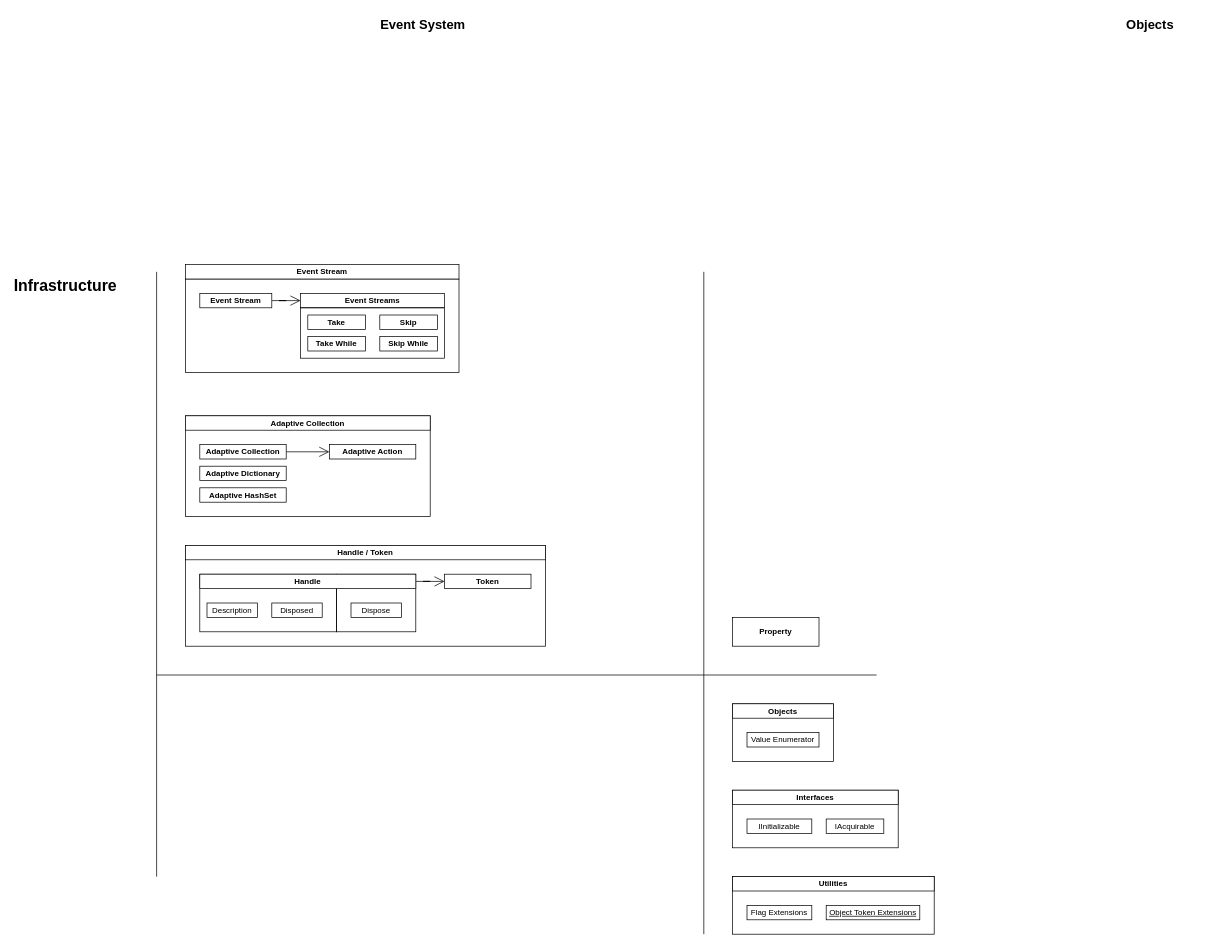
The draw.io diagram page "Core" (2 of 2) of docs/02. UniEngine/UniEngine.drawio in dove-creative/uniengine, before the edit. Source tidied: cells renumbered, new cells numbered last; positions are measured from the earlier drawing's top-left corner, leaving out a move shared by most shapes. Both pictures are drawn from the tidied source at 72%, with x=0, y=0 at pixel (12, 12).
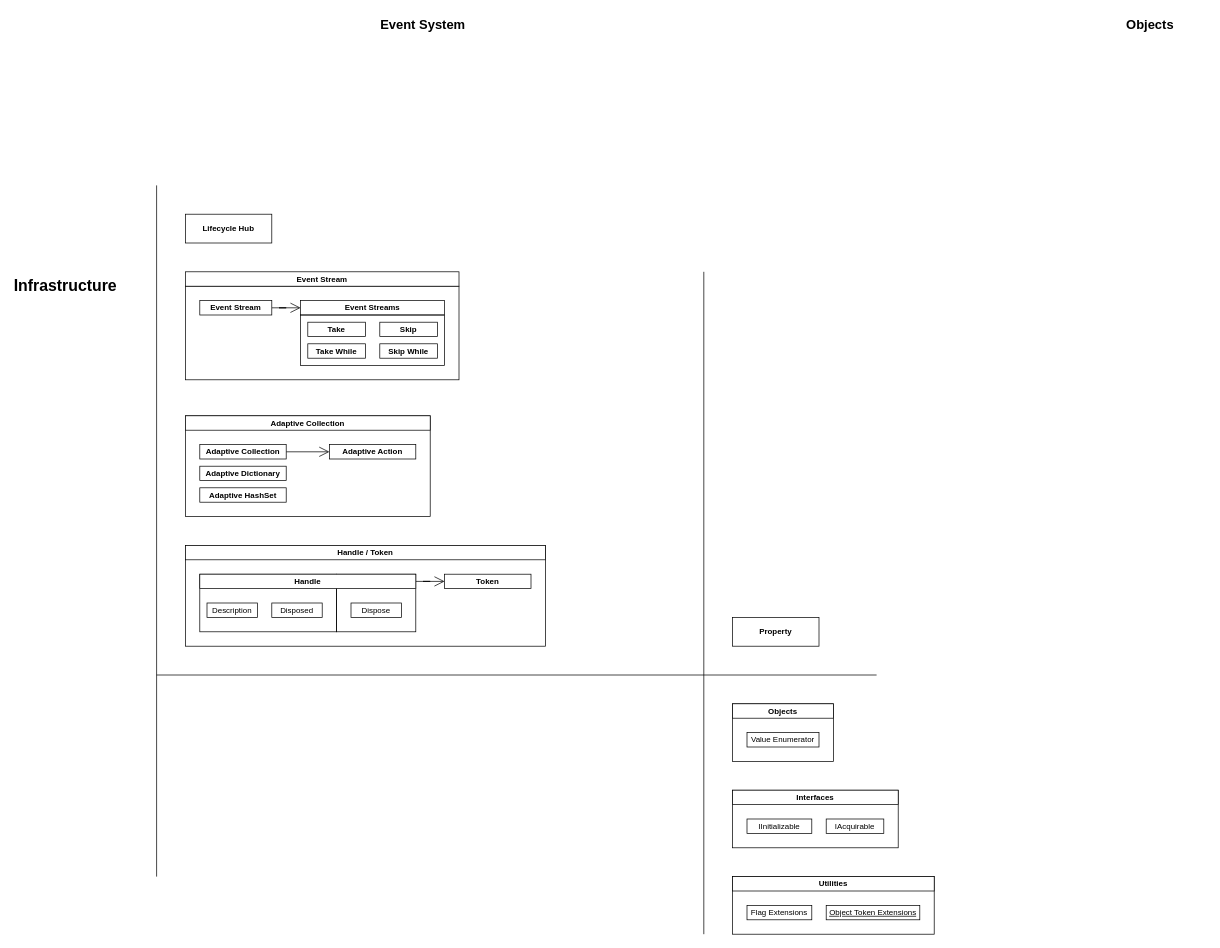
Above is the later version.

Diff of the diagram source:
```diff
@@
     <mxCell id="2" style="rounded=0;whiteSpace=wrap;html=1;fontFamily=Helvetica;fontSize=11;fontColor=default;labelBackgroundColor=default;fillColor=none;" parent="1" vertex="1">
-      <mxGeometry x="240" y="370" width="380" height="130" as="geometry" />
+      <mxGeometry x="240" y="380" width="380" height="130" as="geometry" />
     </mxCell>
@@
     <mxCell id="10" style="endArrow=none;html=1;rounded=0;strokeColor=default;align=center;verticalAlign=middle;fontFamily=Helvetica;fontSize=11;fontColor=default;labelBackgroundColor=default;defaultLabelBackgroundColor=page;startSize=12;endSize=12;" parent="1" edge="1">
       <mxGeometry relative="1" as="geometry">
         <mxPoint x="200" y="1200" as="sourcePoint" />
-        <mxPoint x="200" y="360" as="targetPoint" />
+        <mxPoint x="200" y="240" as="targetPoint" />
       </mxGeometry>
     </mxCell>
@@
     <mxCell id="38" value="&lt;div style=&quot;text-align: right;&quot;&gt;&lt;b&gt;Event Stream&lt;/b&gt;&lt;/div&gt;" style="rounded=0;whiteSpace=wrap;html=1;fontFamily=Helvetica;fontSize=11;fontColor=default;labelBackgroundColor=default;" parent="1" vertex="1">
-      <mxGeometry x="240" y="350" width="380" height="20" as="geometry" />
+      <mxGeometry x="240" y="360" width="380" height="20" as="geometry" />
     </mxCell>
     <mxCell id="39" value="&lt;div style=&quot;text-align: right;&quot;&gt;&lt;b&gt;Event Streams&lt;/b&gt;&lt;/div&gt;" style="rounded=0;whiteSpace=wrap;html=1;fontFamily=Helvetica;fontSize=11;fontColor=default;labelBackgroundColor=default;" parent="1" vertex="1">
-      <mxGeometry x="400" y="390" width="200" height="20" as="geometry" />
+      <mxGeometry x="400" y="400" width="200" height="20" as="geometry" />
     </mxCell>
@@
     <mxCell id="41" value="&lt;div style=&quot;text-align: right;&quot;&gt;&lt;b&gt;Event Stream&lt;/b&gt;&lt;/div&gt;" style="rounded=0;whiteSpace=wrap;html=1;fontFamily=Helvetica;fontSize=11;fontColor=default;labelBackgroundColor=default;" parent="1" vertex="1">
-      <mxGeometry x="260" y="390" width="100" height="20" as="geometry" />
+      <mxGeometry x="260" y="400" width="100" height="20" as="geometry" />
     </mxCell>
     <mxCell id="42" style="rounded=0;whiteSpace=wrap;html=1;fontFamily=Helvetica;fontSize=11;fontColor=default;labelBackgroundColor=default;fillColor=none;" parent="1" vertex="1">
-      <mxGeometry x="400" y="410" width="200" height="70" as="geometry" />
+      <mxGeometry x="400" y="420" width="200" height="70" as="geometry" />
     </mxCell>
     <mxCell id="43" value="&lt;b&gt;Take&lt;/b&gt;" style="rounded=0;whiteSpace=wrap;html=1;fontFamily=Helvetica;fontSize=11;fontColor=default;labelBackgroundColor=default;" parent="1" vertex="1">
-      <mxGeometry x="410" y="420" width="80" height="20" as="geometry" />
+      <mxGeometry x="410" y="430" width="80" height="20" as="geometry" />
     </mxCell>
     <mxCell id="44" value="&lt;b&gt;Take While&lt;/b&gt;" style="rounded=0;whiteSpace=wrap;html=1;fontFamily=Helvetica;fontSize=11;fontColor=default;labelBackgroundColor=default;" parent="1" vertex="1">
-      <mxGeometry x="410" y="450" width="80" height="20" as="geometry" />
+      <mxGeometry x="410" y="460" width="80" height="20" as="geometry" />
     </mxCell>
     <mxCell id="45" value="&lt;b&gt;Skip&lt;/b&gt;" style="rounded=0;whiteSpace=wrap;html=1;fontFamily=Helvetica;fontSize=11;fontColor=default;labelBackgroundColor=default;" parent="1" vertex="1">
-      <mxGeometry x="510" y="420" width="80" height="20" as="geometry" />
+      <mxGeometry x="510" y="430" width="80" height="20" as="geometry" />
     </mxCell>
     <mxCell id="46" value="&lt;b&gt;Skip While&lt;/b&gt;" style="rounded=0;whiteSpace=wrap;html=1;fontFamily=Helvetica;fontSize=11;fontColor=default;labelBackgroundColor=default;" parent="1" vertex="1">
-      <mxGeometry x="510" y="450" width="80" height="20" as="geometry" />
+      <mxGeometry x="510" y="460" width="80" height="20" as="geometry" />
     </mxCell>
+    <mxCell id="47" value="&lt;div style=&quot;text-align: right;&quot;&gt;&lt;b&gt;Lifecycle Hub&lt;/b&gt;&lt;/div&gt;" style="rounded=0;whiteSpace=wrap;html=1;fontFamily=Helvetica;fontSize=11;fontColor=default;labelBackgroundColor=default;" parent="1" vertex="1">
+      <mxGeometry x="240" y="280" width="120" height="40" as="geometry" />
+    </mxCell>
```
